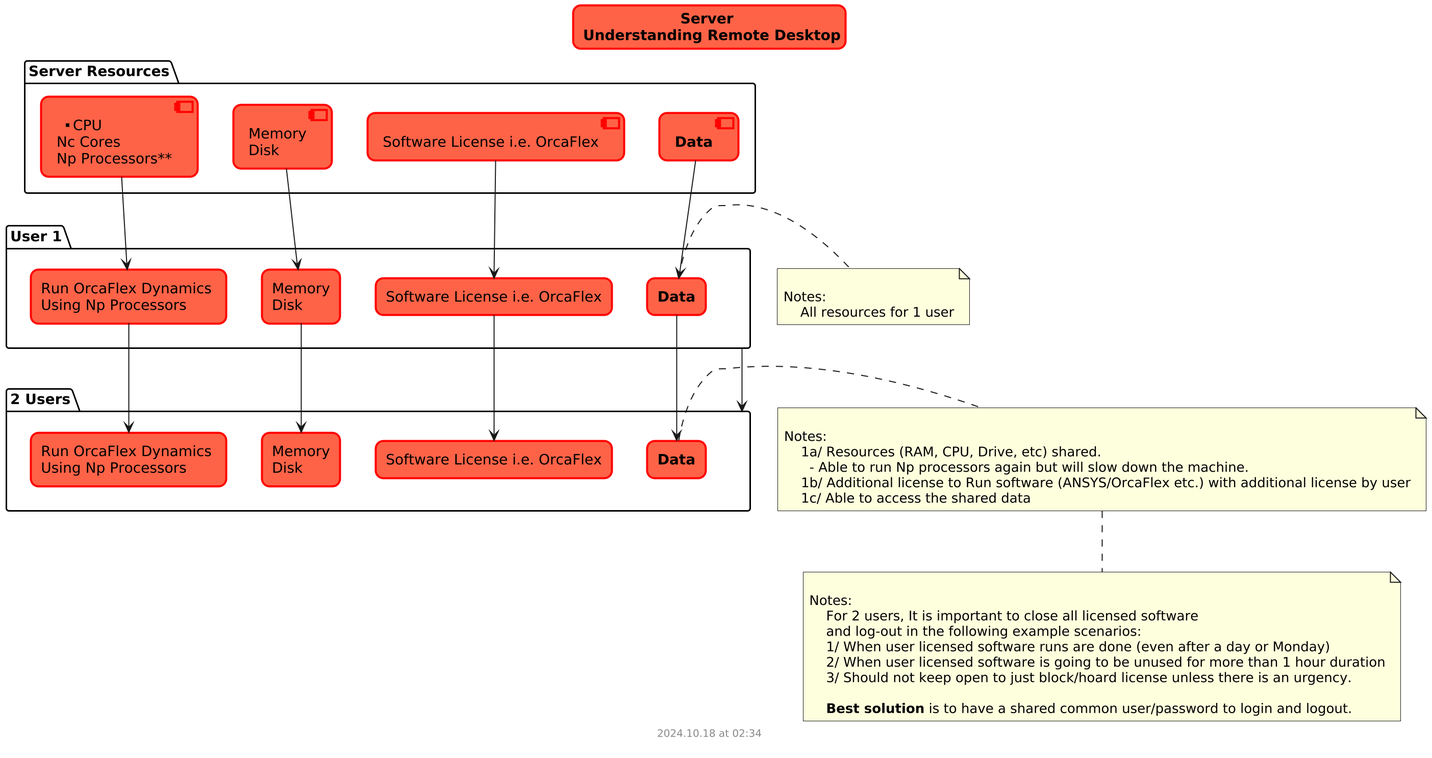
The PlantUML diagram docs/sub_hardware/server_remote_desktop.png in vamseeachanta/utilities, before a commit.
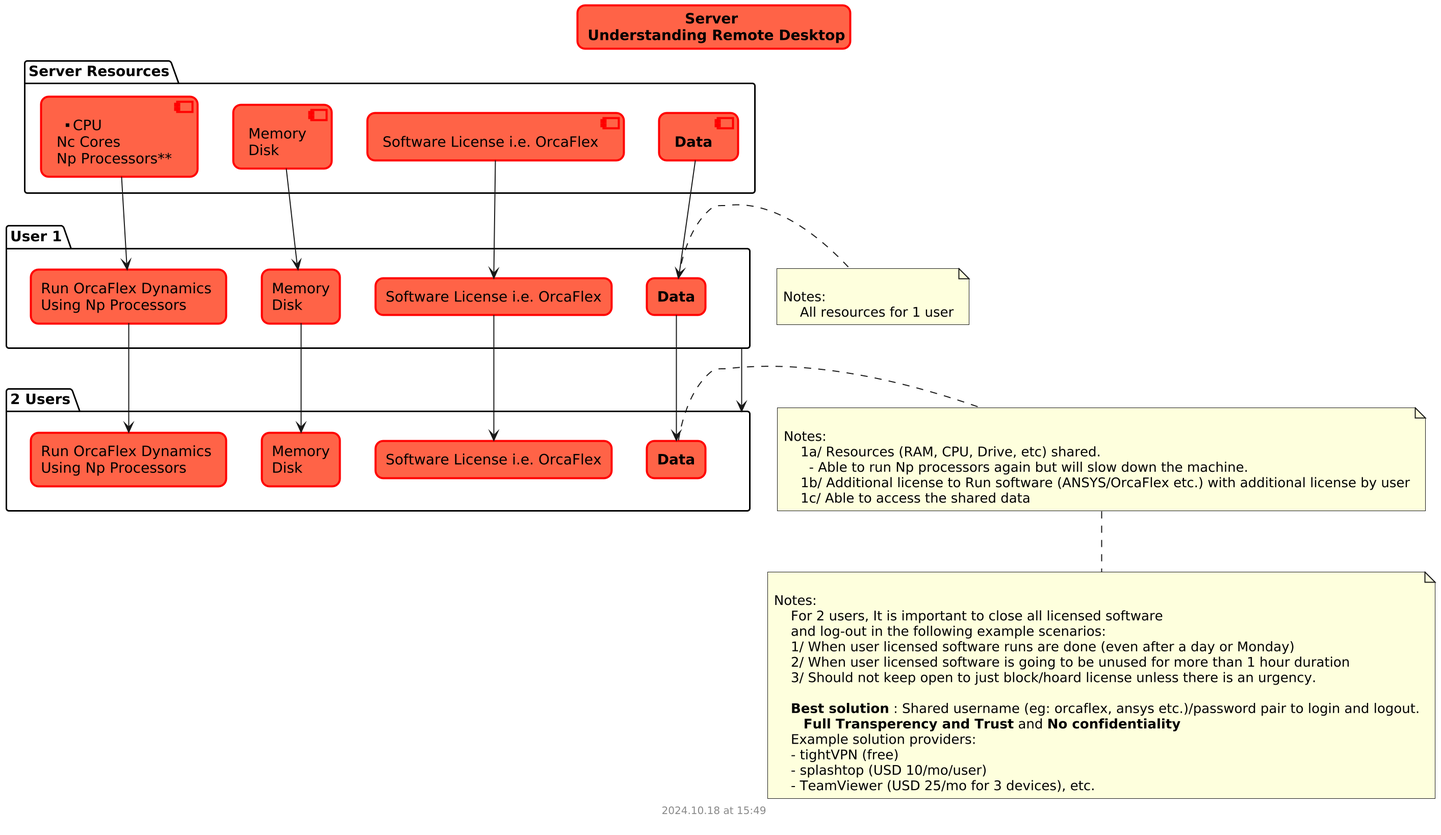
After the commit.

Change to the diagram source:
```diff
@@ -64,7 +64,12 @@
         2/ When user licensed software is going to be unused for more than 1 hour duration
         3/ Should not keep open to just block/hoard license unless there is an urgency.
 
-        **Best solution** is to have a shared common user/password to login and logout.
+        **Best solution** : Shared username (eg: orcaflex, ansys etc.)/password pair to login and logout.
+           **Full Transperency and Trust** and **No confidentiality**
+        Example solution providers:
+        - tightVPN (free)
+        - splashtop (USD 10/mo/user)
+        - TeamViewer (USD 25/mo for 3 devices), etc.
 end note
 
 
```
